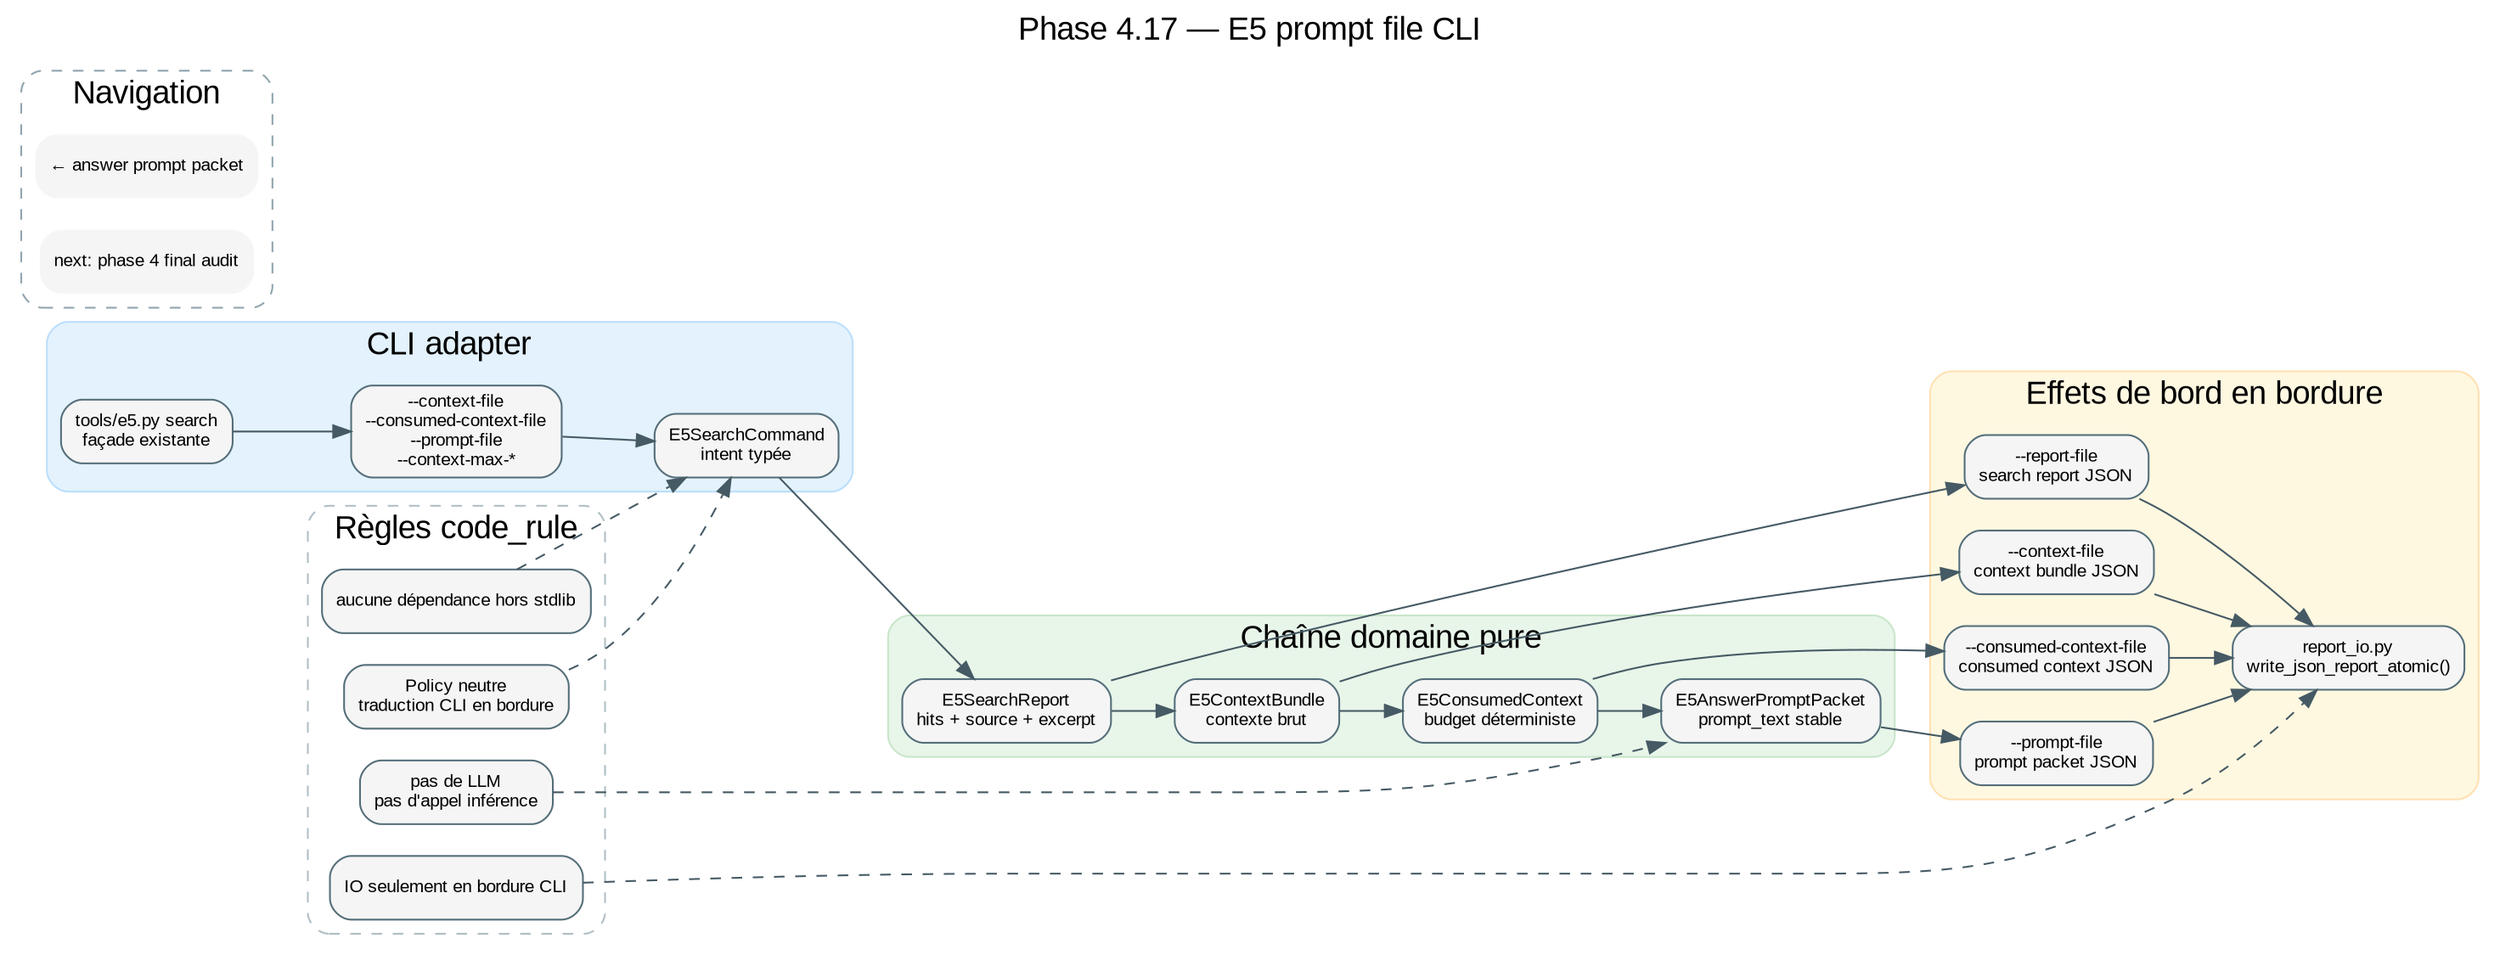
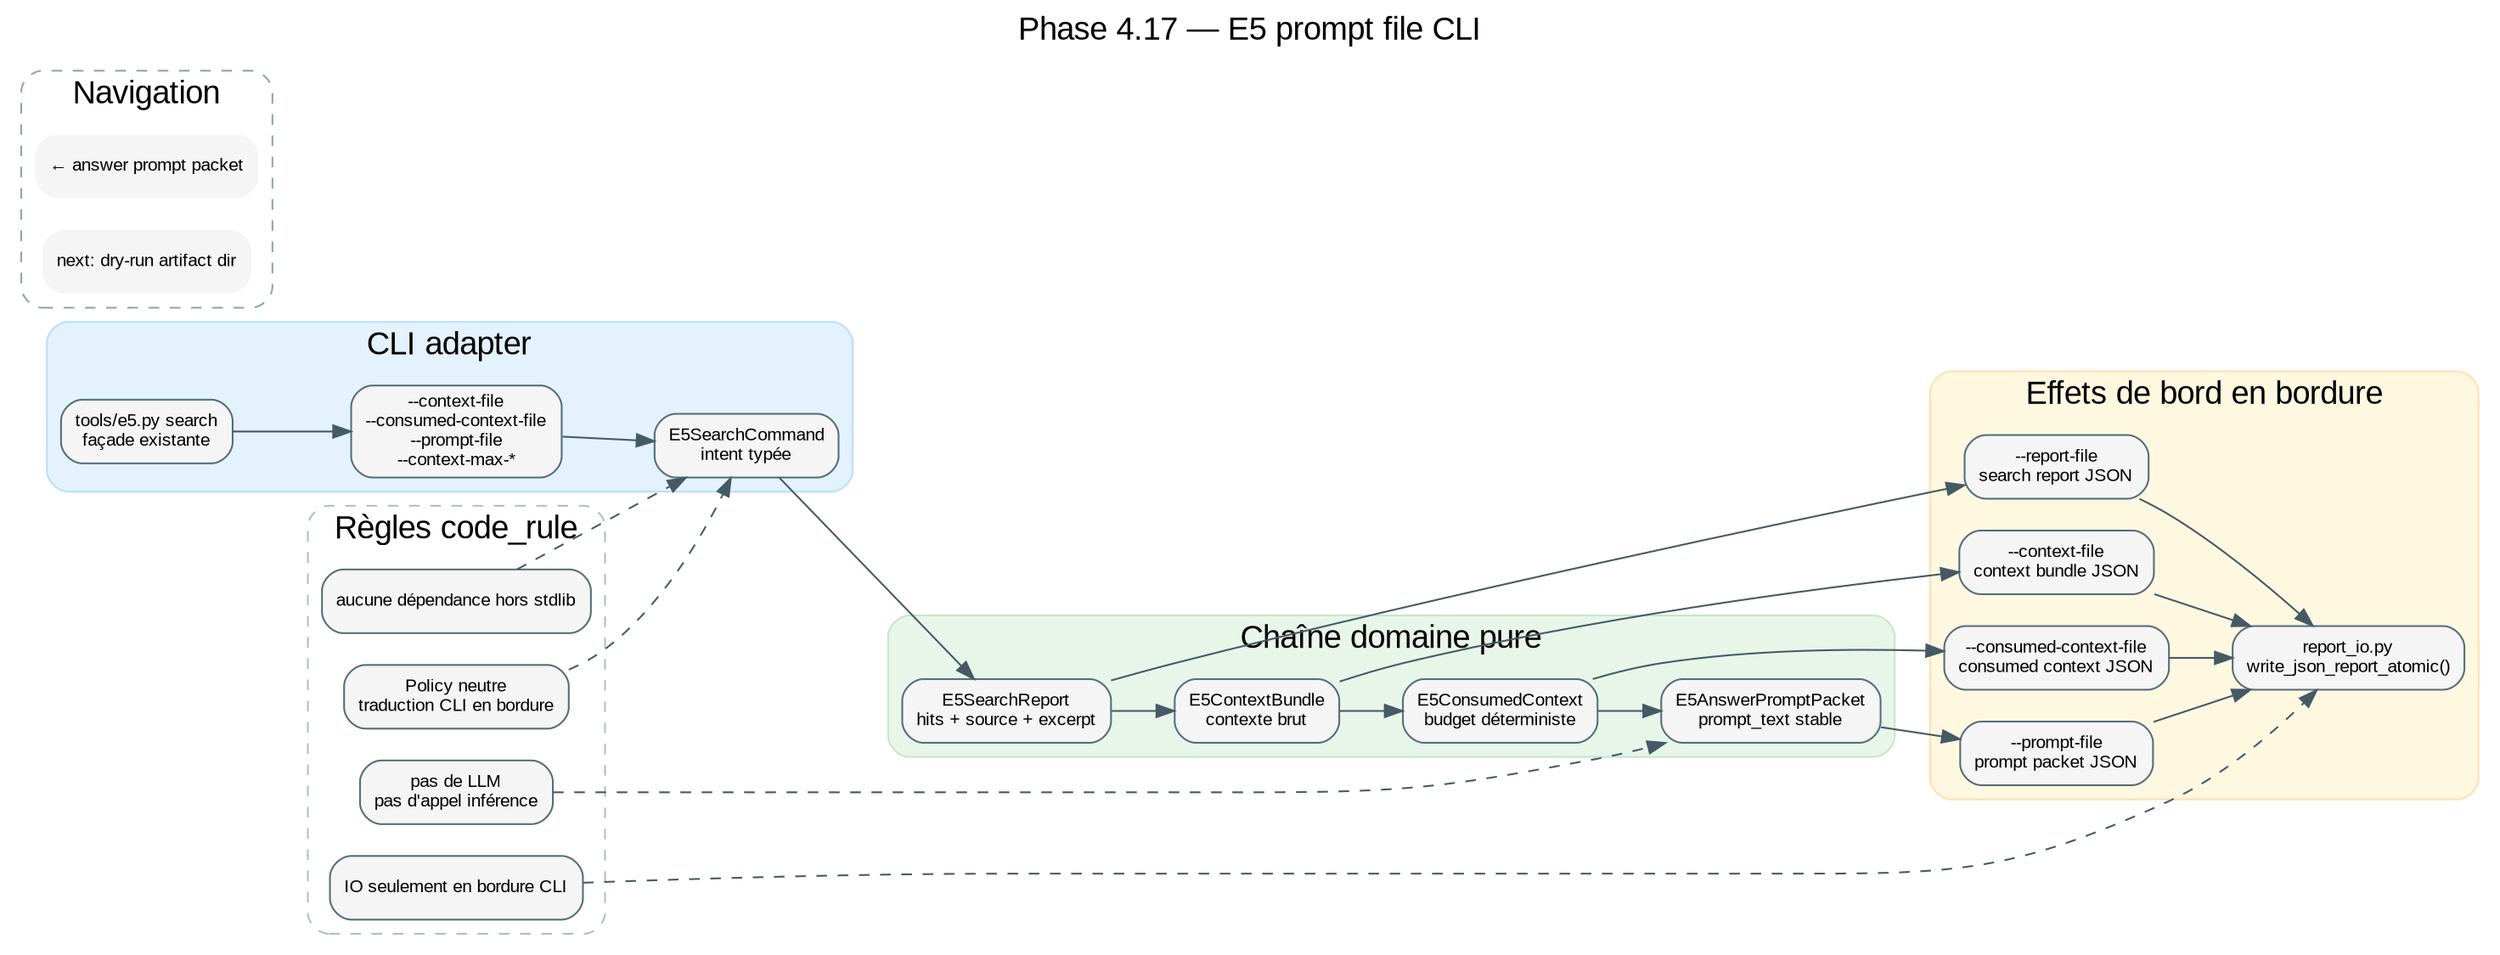
digraph E5PromptFileCli {
  graph [
    label="Phase 4.17 — E5 prompt file CLI",
    labelloc=t,
    fontsize=18,
    fontname="Arial",
    rankdir=LR,
    bgcolor="#ffffff"
  ];

  node [shape=box, style="rounded,filled", fontname="Arial", fontsize=10, fillcolor="#f5f5f5", color="#546e7a"];
  edge [fontname="Arial", fontsize=9, color="#455a64"];

  // ROADMAP_PARENT: inference/70_e5_answer_prompt_packet.dot
+   // ROADMAP_NEXT: inference/72_e5_dry_run_artifact_dir.dot

  subgraph cluster_cli {
    label="CLI adapter";
    style="rounded,filled";
    color="#bbdefb";
    fillcolor="#e3f2fd";

    Search [label="tools/e5.py search\nfaçade existante", URL="67_e5_unified_command_surface.svg"];
    Args [label="--context-file\n--consumed-context-file\n--prompt-file\n--context-max-*"];
    Command [label="E5SearchCommand\nintent typée"];
  }

  subgraph cluster_domain {
    label="Chaîne domaine pure";
    style="rounded,filled";
    color="#c8e6c9";
    fillcolor="#e8f5e9";

    Report [label="E5SearchReport\nhits + source + excerpt", URL="65_e5_search_report_file.svg"];
    Bundle [label="E5ContextBundle\ncontexte brut", URL="68_e5_context_bundle.svg"];
    Consumed [label="E5ConsumedContext\nbudget déterministe", URL="69_e5_context_consumer.svg"];
    Prompt [label="E5AnswerPromptPacket\nprompt_text stable", URL="70_e5_answer_prompt_packet.svg"];
  }

  subgraph cluster_io {
    label="Effets de bord en bordure";
    style="rounded,filled";
    color="#ffe0b2";
    fillcolor="#fff8e1";

    ReportFile [label="--report-file\nsearch report JSON"];
    ContextFile [label="--context-file\ncontext bundle JSON"];
    ConsumedFile [label="--consumed-context-file\nconsumed context JSON"];
    PromptFile [label="--prompt-file\nprompt packet JSON"];
    ReportIO [label="report_io.py\nwrite_json_report_atomic()"];
  }

  subgraph cluster_rules {
    label="Règles code_rule";
    style="rounded,dashed";
    color="#b0bec5";

    NoDeps [label="aucune dépendance hors stdlib"];
    NoLLM [label="pas de LLM\npas d'appel inférence"];
    Boundary [label="IO seulement en bordure CLI"];
    Policy [label="Policy neutre\ntraduction CLI en bordure"];
  }

  Search -> Args;
  Args -> Command;
  Command -> Report;
  Report -> Bundle;
  Bundle -> Consumed;
  Consumed -> Prompt;

  Report -> ReportFile;
  Bundle -> ContextFile;
  Consumed -> ConsumedFile;
  Prompt -> PromptFile;
  ReportFile -> ReportIO;
  ContextFile -> ReportIO;
  ConsumedFile -> ReportIO;
  PromptFile -> ReportIO;

  NoDeps -> Command [style=dashed];
  NoLLM -> Prompt [style=dashed];
  Boundary -> ReportIO [style=dashed];
  Policy -> Command [style=dashed];

  subgraph cluster_navigation {
    label="Navigation";
    style="rounded,dashed";
    color="#90a4ae";

    Parent [label="← answer prompt packet", shape=plaintext, URL="70_e5_answer_prompt_packet.svg"];
-     Next [label="next: phase 4 final audit", shape=plaintext];
+     Next [label="next: dry-run artifact dir", shape=plaintext, URL="72_e5_dry_run_artifact_dir.svg"];
  }

  // HTML_DETAIL[phase4_17]: search produit report/context/consumed-context/prompt sans backend de réponse.
}
